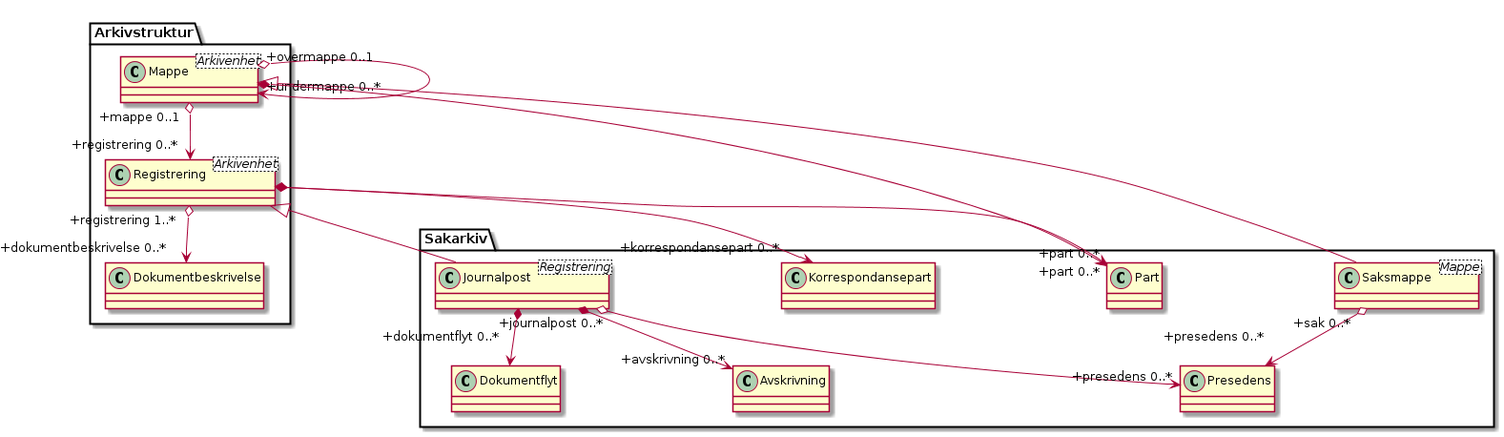
This is kapitler/media/uml-sakarkiv-entiteter.png from arkivverket/noark5-tjenestegrensesnitt-standard, a PlantUML export, as it was before one commit.
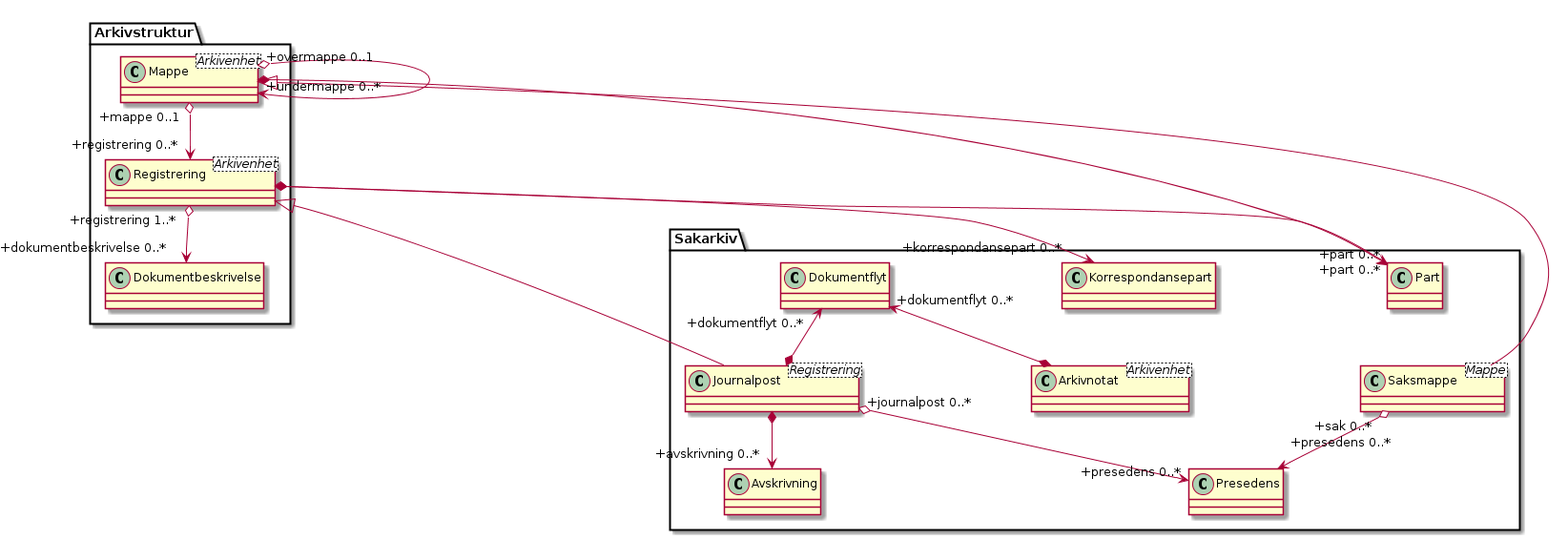
After the commit.

Commit message:
Oppdater PNG-utgave av UML-diagrammer etter siste endringer.

What changed in the source:
```diff
@@ -6,9 +6,10 @@
 class Arkivstruktur.Registrering <Arkivenhet>
 class Sakarkiv.Journalpost <Registrering>
 class Sakarkiv.Saksmappe <Mappe>
+class Sakarkiv.Arkivnotat <Arkivenhet>
 
 Arkivstruktur.Registrering <|-- Sakarkiv.Journalpost
-Arkivstruktur.Mappe <|- Sakarkiv.Saksmappe
+Arkivstruktur.Mappe <|-- Sakarkiv.Saksmappe
 
 Arkivstruktur.Mappe "+mappe 0..1" o--> "+registrering 0..*" Arkivstruktur.Registrering
 Arkivstruktur.Mappe "+overmappe 0..1" o--> "+undermappe 0..*" Arkivstruktur.Mappe
@@ -19,6 +20,8 @@
 
 Arkivstruktur.Registrering *--> "+korrespondansepart 0..*" Sakarkiv.Korrespondansepart
 Sakarkiv.Journalpost *--> "+avskrivning 0..*" Sakarkiv.Avskrivning
-Sakarkiv.Journalpost *--> "+dokumentflyt 0..*\n" Sakarkiv.Dokumentflyt
+Sakarkiv.Dokumentflyt "+dokumentflyt 0..*" <--* Sakarkiv.Journalpost
+Sakarkiv.Dokumentflyt "+dokumentflyt 0..*" <--* Sakarkiv.Arkivnotat
+
 Arkivstruktur.Registrering "+registrering 1..*" o--> "+dokumentbeskrivelse 0..*" Arkivstruktur.Dokumentbeskrivelse
 @enduml
```
